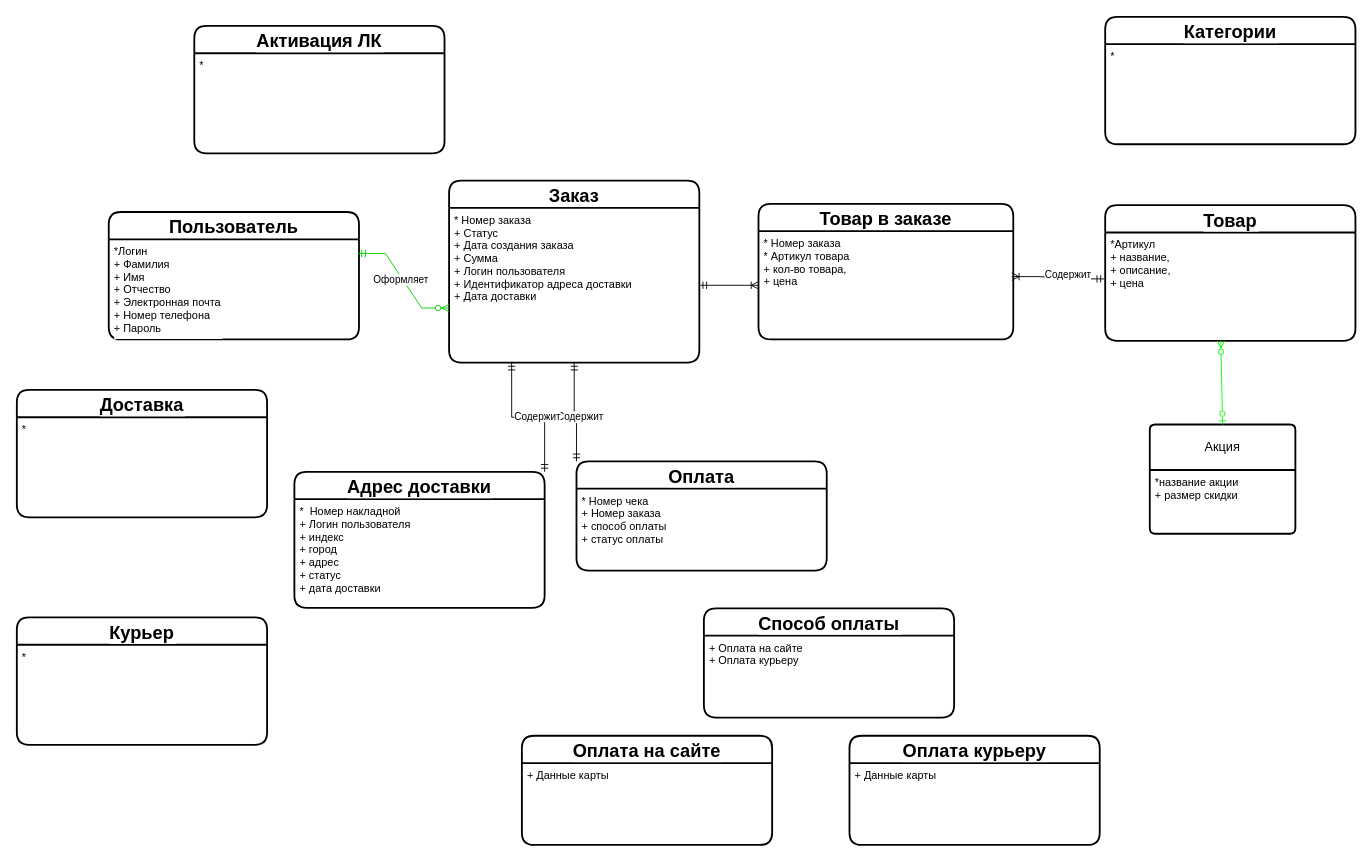
This is Диаграмма без названия.drawio from nadinzagadka/-, a draw.io file, before an edit. Source tidied: cells renumbered, new cells numbered last; positions are measured from the earlier drawing's top-left corner, leaving out a move shared by most shapes. Both pictures are drawn from the tidied source at 91%, with x=0, y=0 at pixel (16, 16).
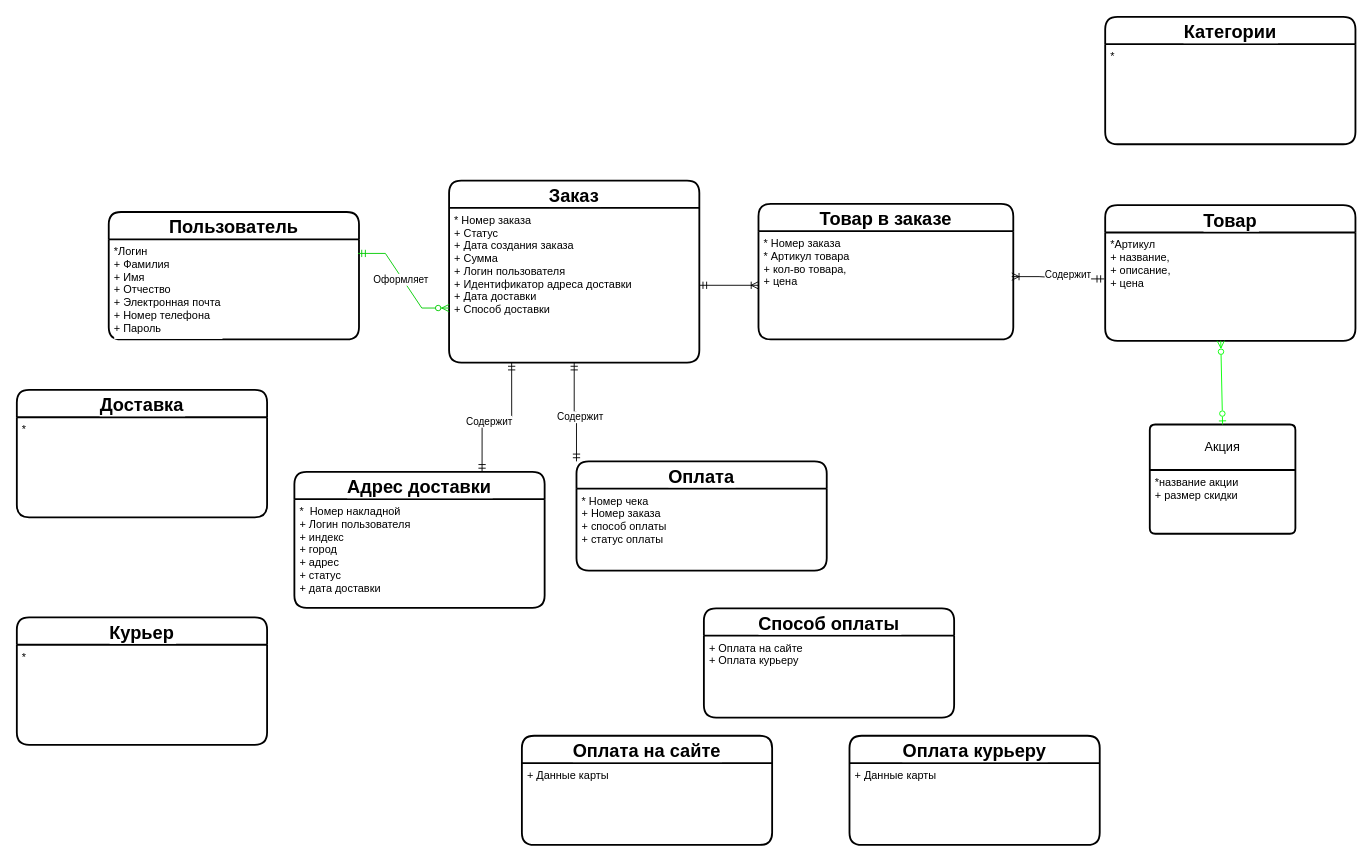
The same diagram, later.

Unchanged cells that the change refers to:
```xml
<mxCell id="6" value="Адрес доставки" style="swimlane;horizontal=1;startSize=30;rounded=1;fontSize=20;fontStyle=1;strokeWidth=2;shadow=0;dashed=0;align=center;labelBackgroundColor=#FFFFFF;labelBorderColor=none;" parent="1" vertex="1">
  <mxGeometry x="305" y="500" width="275" height="149.5" as="geometry" />
</mxCell>
<mxCell id="12" value="Заказ" style="swimlane;horizontal=1;startSize=30;rounded=1;fontSize=20;fontStyle=1;strokeWidth=2;shadow=0;dashed=0;align=center;labelBackgroundColor=#FFFFFF;labelBorderColor=none;" parent="1" vertex="1">
  <mxGeometry x="475" y="180" width="275" height="200" as="geometry" />
</mxCell>
```

What changed in the source:
```diff
@@
-    <mxCell id="10" style="fontSize=12;html=1;endArrow=ERmandOne;startArrow=ERmandOne;exitX=1;exitY=0;exitDx=0;exitDy=0;rounded=0;edgeStyle=orthogonalEdgeStyle;entryX=0.25;entryY=1;entryDx=0;entryDy=0;" parent="1" edge="1" source="6" target="13">
+    <mxCell id="10" style="fontSize=12;html=1;endArrow=ERmandOne;startArrow=ERmandOne;exitX=0.75;exitY=0;exitDx=0;exitDy=0;rounded=0;edgeStyle=orthogonalEdgeStyle;entryX=0.25;entryY=1;entryDx=0;entryDy=0;" parent="1" edge="1" source="6" target="13">
       <mxGeometry relative="1" as="geometry" />
     </mxCell>
@@
-    <mxCell id="13" value="* Номер заказа&#10;+ Статус &#10;+ Дата создания заказа &#10;+ Сумма&#10;+ Логин пользователя&#10;+ Идентификатор адреса доставки&#10;+ Дата доставки" style="align=left;strokeColor=none;fillColor=none;spacingLeft=4;fontSize=12;verticalAlign=top;labelBackgroundColor=#FFFFFF;labelBorderColor=none;fontStyle=0;" parent="12" vertex="1">
+    <mxCell id="13" value="* Номер заказа&#10;+ Статус &#10;+ Дата создания заказа &#10;+ Сумма&#10;+ Логин пользователя&#10;+ Идентификатор адреса доставки&#10;+ Дата доставки&#10;+ Способ доставки" style="align=left;strokeColor=none;fillColor=none;spacingLeft=4;fontSize=12;verticalAlign=top;labelBackgroundColor=#FFFFFF;labelBorderColor=none;fontStyle=0;" parent="12" vertex="1">
       <mxGeometry y="30" width="275" height="170" as="geometry" />
     </mxCell>
@@
-    <mxCell id="30" value="Активация ЛК" style="swimlane;horizontal=1;startSize=30;rounded=1;fontSize=20;fontStyle=1;strokeWidth=2;shadow=0;dashed=0;align=center;labelBackgroundColor=#FFFFFF;labelBorderColor=none;" parent="1" vertex="1">
-      <mxGeometry x="195" y="10" width="275" height="140" as="geometry" />
-    </mxCell>
-    <mxCell id="31" value="*" style="align=left;strokeColor=none;fillColor=none;spacingLeft=4;fontSize=12;verticalAlign=top;labelBackgroundColor=#FFFFFF;labelBorderColor=none;" parent="30" vertex="1">
-      <mxGeometry y="30" width="275" height="110" as="geometry" />
-    </mxCell>
```
